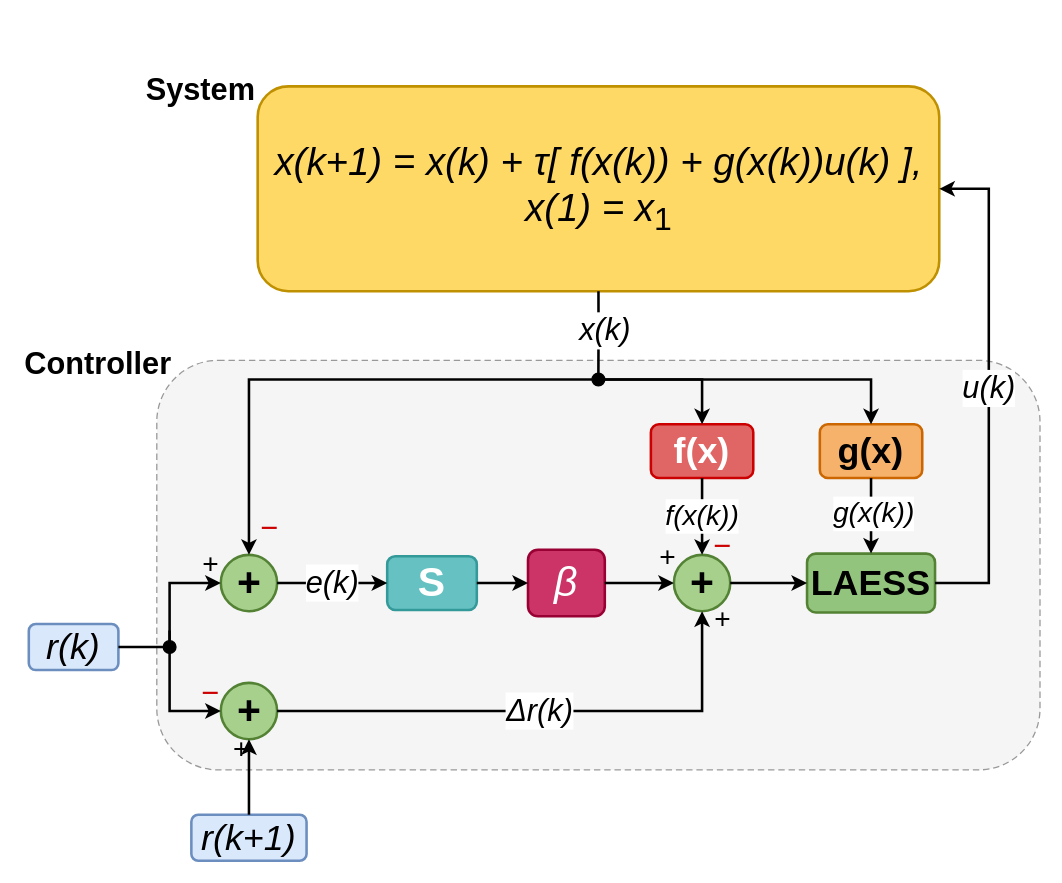
This is page "clean-system" (1 of 7) of research-vault/Research Journal/Paper/figures/System-States.drawio from ablassejr/tracking-control-network, a draw.io file, before an edit. Source tidied: cells renumbered, new cells numbered last; positions are measured from the earlier drawing's top-left corner, leaving out a move shared by most shapes. Both pictures are drawn from the tidied source at 128%, with x=0, y=0 at pixel (22, 47).
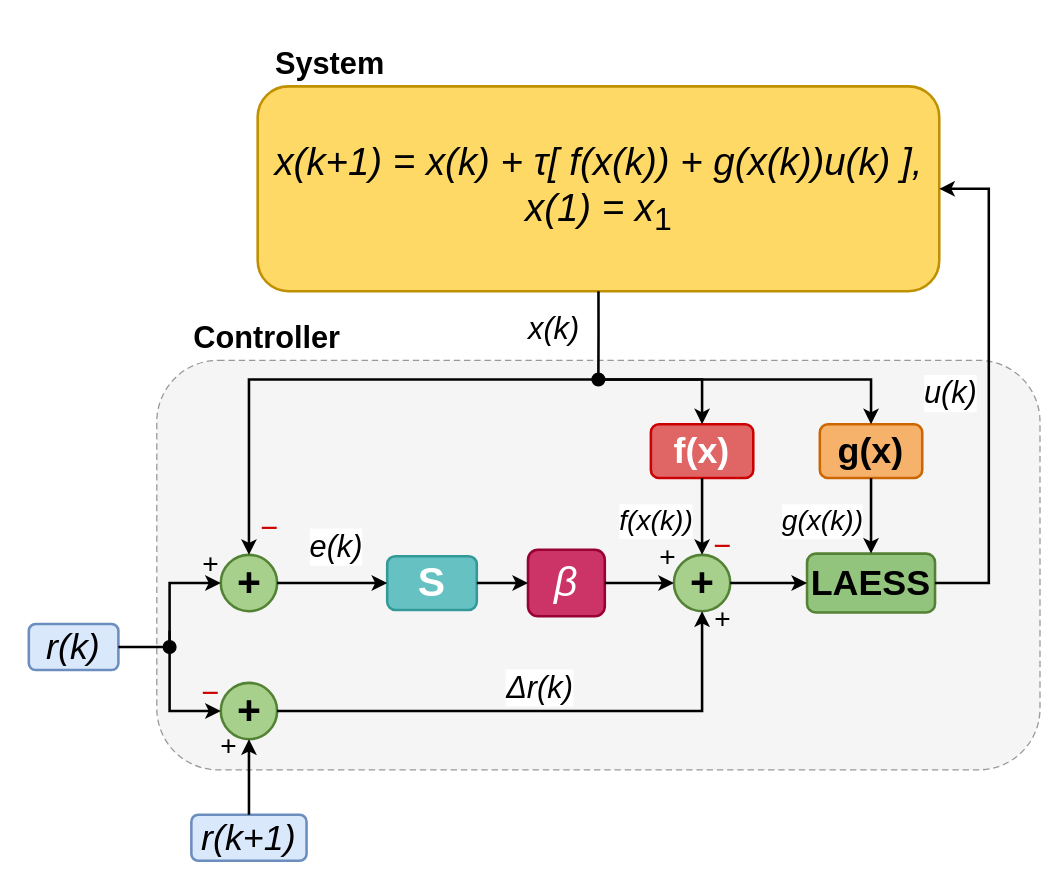
After the change.

Unchanged cells that the change refers to:
```xml
<mxCell id="4" value="&lt;i style=&quot;line-height:100%;&quot;&gt;x(k+1) = x(k) + τ[ f(x(k)) + g(x(k))u(k) ],&lt;/i&gt;&lt;br/&gt;&lt;i&gt;x(1) = x&lt;/i&gt;&lt;sub&gt;1&lt;/sub&gt;" style="rounded=1;whiteSpace=wrap;html=1;fontFamily=Helvetica;fontSize=30;strokeWidth=2;fillColor=#FFD966;strokeColor=#BF9000;" parent="1" vertex="1">
  <mxGeometry x="183.8" y="30" width="532.5" height="160" as="geometry" />
</mxCell>
<mxCell id="6" style="ellipse;fillColor=#000000;strokeColor=#000000;strokeWidth=1;html=1;" parent="1" vertex="1">
  <mxGeometry x="445" y="254" width="10" height="10" as="geometry" />
</mxCell>
<mxCell id="7" value="+" style="ellipse;html=1;fontFamily=Helvetica;fontSize=32;strokeWidth=2;align=center;verticalAlign=middle;fontStyle=1;rounded=1;fillColor=#A8D08D;strokeColor=#548235;" parent="1" vertex="1">
  <mxGeometry x="155" y="396" width="44" height="44" as="geometry" />
</mxCell>
<mxCell id="8" value="&lt;b&gt;S&lt;/b&gt;" style="rounded=1;whiteSpace=wrap;html=1;fontFamily=Helvetica;fontSize=32;strokeWidth=2;fillColor=#66C2C2;strokeColor=#339999;fontColor=#FFFFFF;" parent="1" vertex="1">
  <mxGeometry x="285" y="397" width="70" height="42" as="geometry" />
</mxCell>
<mxCell id="10" value="+" style="ellipse;html=1;fontFamily=Helvetica;fontSize=32;strokeWidth=2;align=center;verticalAlign=middle;fontStyle=1;rounded=1;fillColor=#A8D08D;strokeColor=#548235;" parent="1" vertex="1">
  <mxGeometry x="509" y="396" width="44" height="44" as="geometry" />
</mxCell>
<mxCell id="11" value="&lt;b&gt;LAESS&lt;/b&gt;" style="rounded=1;whiteSpace=wrap;html=1;fontFamily=Helvetica;fontSize=28;strokeWidth=2;fillColor=#93C47D;strokeColor=#548235;" parent="1" vertex="1">
  <mxGeometry x="613" y="395" width="100" height="46" as="geometry" />
</mxCell>
<mxCell id="12" value="&lt;b&gt;f(x)&lt;/b&gt;" style="rounded=1;whiteSpace=wrap;html=1;fontFamily=Helvetica;fontSize=28;strokeWidth=2;fillColor=#E06666;strokeColor=#CC0000;fontColor=#FFFFFF;" parent="1" vertex="1">
  <mxGeometry x="491" y="294" width="80" height="42" as="geometry" />
</mxCell>
<mxCell id="13" value="&lt;b&gt;g(x)&lt;/b&gt;" style="rounded=1;whiteSpace=wrap;html=1;fontFamily=Helvetica;fontSize=28;strokeWidth=2;fillColor=#F6B26B;strokeColor=#CC6600;" parent="1" vertex="1">
  <mxGeometry x="623" y="294" width="80" height="42" as="geometry" />
</mxCell>
<mxCell id="14" value="+" style="ellipse;html=1;fontFamily=Helvetica;fontSize=32;strokeWidth=2;align=center;verticalAlign=middle;fontStyle=1;rounded=1;fillColor=#A8D08D;strokeColor=#548235;" parent="1" vertex="1">
  <mxGeometry x="155" y="496" width="44" height="44" as="geometry" />
</mxCell>
```

Diff of the diagram source:
```diff
@@
     <mxCell id="3" value="&lt;b&gt;Controller&lt;/b&gt;" style="text;html=1;align=left;verticalAlign=bottom;fontFamily=Helvetica;fontSize=24;rounded=1;" parent="1" vertex="1">
-      <mxGeometry y="240" width="120" height="24" as="geometry" />
+      <mxGeometry x="132" y="220" width="120" height="24" as="geometry" />
     </mxCell>
@@
-    <mxCell id="5" value="&lt;b&gt;&lt;font style=&quot;font-size: 24px;&quot;&gt;System&lt;/font&gt;&lt;/b&gt;" style="text;html=1;align=center;verticalAlign=top;fontFamily=Helvetica;fontSize=36;rounded=1;" parent="1" vertex="1">
-      <mxGeometry x="79" width="120" height="26" as="geometry" />
+    <mxCell id="5" value="&lt;b&gt;&lt;font style=&quot;font-size: 24px;&quot;&gt;System&lt;/font&gt;&lt;/b&gt;" style="text;html=1;align=center;verticalAlign=top;fontFamily=Helvetica;fontSize=36;rounded=1;arcSize=50;" parent="1" vertex="1">
+      <mxGeometry x="195" y="-20" width="90" height="16" as="geometry" />
     </mxCell>
@@
     <mxCell id="21" value="+" style="text;html=1;align=center;verticalAlign=middle;fontFamily=Helvetica;rounded=1;fontSize=22;" parent="1" vertex="1">
-      <mxGeometry x="165" y="542" width="12" height="12" as="geometry" />
+      <mxGeometry x="155" y="540" width="12" height="12" as="geometry" />
     </mxCell>
     <mxCell id="22" value="&lt;i&gt;&lt;font style=&quot;font-size: 24px;&quot;&gt;x(k)&lt;/font&gt;&lt;/i&gt;" style="edgeStyle=orthogonalEdgeStyle;rounded=0;html=1;strokeWidth=2;flowAnimation=1;endArrow=none;endFill=0;exitX=0.5;exitY=1;exitDx=0;exitDy=0;strokeColor=#000000;" parent="1" edge="1" source="4" target="6">
-      <mxGeometry x="-0.06" y="5" relative="1" as="geometry">
-        <mxPoint y="1" as="offset" />
-      </mxGeometry>
+      <mxGeometry x="-0.06" y="-35" relative="1" as="geometry" />
     </mxCell>
@@
     <mxCell id="26" value="&lt;i&gt;e(k)&lt;/i&gt;" style="edgeStyle=orthogonalEdgeStyle;rounded=1;html=1;strokeWidth=2;flowAnimation=1;endArrow=classic;endFill=1;exitX=1;exitY=0.5;entryX=0;entryY=0.5;fontFamily=Helvetica;fontSize=24;" parent="1" edge="1" source="7" target="8">
-      <mxGeometry relative="1" as="geometry" />
+      <mxGeometry x="0.07" y="28" relative="1" as="geometry" />
     </mxCell>
@@
     <mxCell id="29" value="&lt;i&gt;f(x(k))&lt;/i&gt;" style="edgeStyle=orthogonalEdgeStyle;rounded=0;html=1;strokeWidth=2;flowAnimation=1;endArrow=classic;endFill=1;exitX=0.5;exitY=1;exitDx=0;exitDy=0;entryX=0.5;entryY=0;entryDx=0;entryDy=0;fontFamily=Helvetica;fontSize=22;" parent="1" edge="1" source="12" target="10">
-      <mxGeometry relative="1" as="geometry" />
+      <mxGeometry x="0.13" y="-36" relative="1" as="geometry" />
     </mxCell>
     <mxCell id="30" value="&lt;i&gt;g(x(k))&lt;/i&gt;" style="edgeStyle=orthogonalEdgeStyle;rounded=0;html=1;strokeWidth=2;flowAnimation=1;endArrow=classic;endFill=1;exitX=0.5;exitY=1;exitDx=0;exitDy=0;entryX=0.5;entryY=0;entryDx=0;entryDy=0;fontFamily=Helvetica;fontSize=22;" parent="1" edge="1" source="13" target="11">
-      <mxGeometry x="-0.05" y="2" relative="1" as="geometry" />
+      <mxGeometry x="0.15" y="-38" relative="1" as="geometry" />
     </mxCell>
@@
     <mxCell id="32" value="&lt;i&gt;u(k)&lt;/i&gt;" style="edgeStyle=orthogonalEdgeStyle;rounded=0;html=1;strokeWidth=2;flowAnimation=1;endArrow=classic;endFill=1;exitX=1;exitY=0.5;exitDx=0;exitDy=0;entryX=1;entryY=0.5;entryDx=0;entryDy=0;fontFamily=Helvetica;fontSize=24;strokeColor=#000000;" parent="1" edge="1" source="11" target="4">
-      <mxGeometry relative="1" as="geometry">
+      <mxGeometry x="-0.02" y="30" relative="1" as="geometry">
         <Array as="points">
           <mxPoint x="755" y="418" />
           <mxPoint x="755" y="110" />
         </Array>
       </mxGeometry>
     </mxCell>
@@
     <mxCell id="36" value="&lt;i&gt;&amp;#x0394;r(k)&lt;/i&gt;" style="edgeStyle=orthogonalEdgeStyle;rounded=0;html=1;strokeWidth=2;flowAnimation=1;endArrow=classic;endFill=1;exitX=1;exitY=0.5;exitDx=0;exitDy=0;entryX=0.5;entryY=1;entryDx=0;entryDy=0;fontFamily=Helvetica;fontSize=24;" parent="1" edge="1" source="14" target="10">
-      <mxGeometry relative="1" as="geometry">
+      <mxGeometry y="18" relative="1" as="geometry">
         <Array as="points">
           <mxPoint x="531" y="518" />
         </Array>
       </mxGeometry>
     </mxCell>
```
